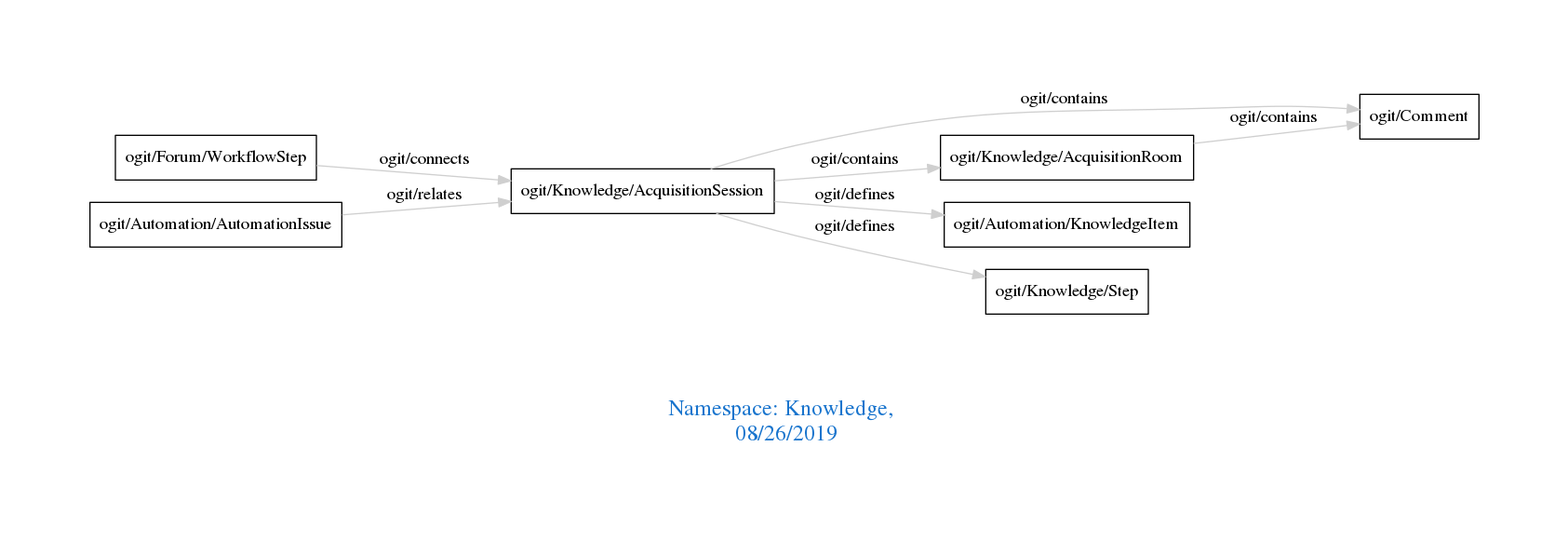
This is downloads/Knowledge.png from arago/OGIT, a Graphviz export, as it was before one commit. Its source is kept beside it as downloads/Knowledge.dot.
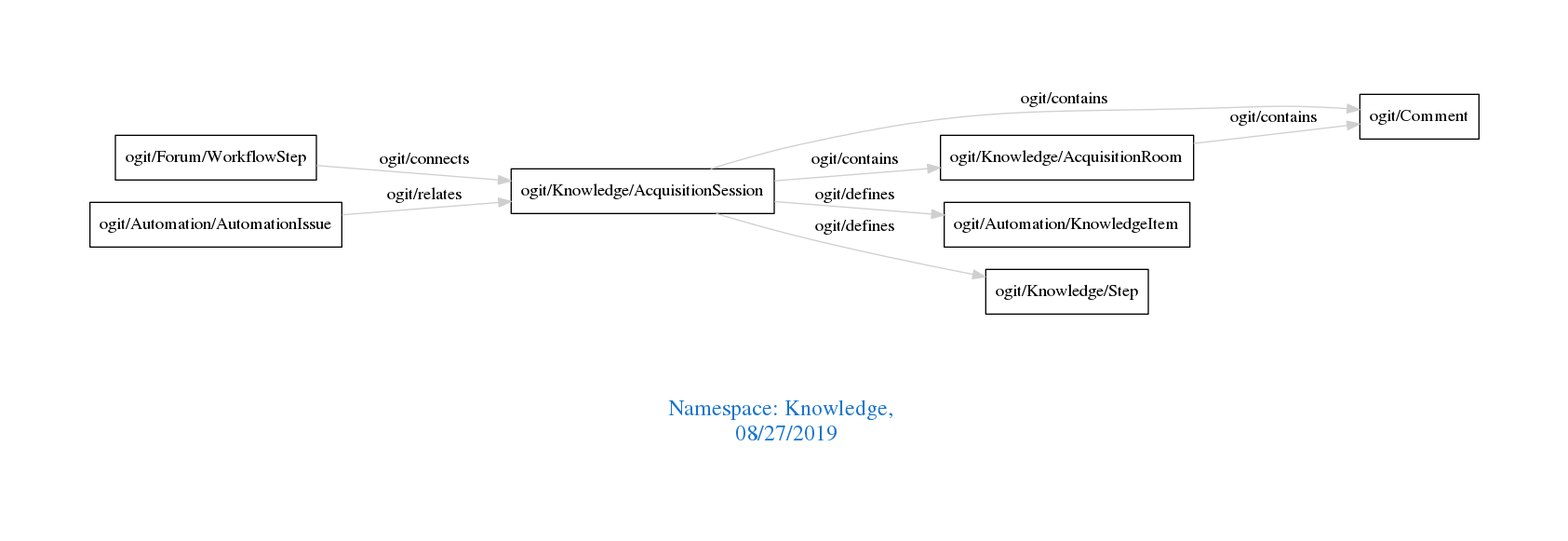
The same diagram one commit later.

Diff of the diagram source:
```diff
@@ -1,7 +1,7 @@
 digraph OGIT_ontology {
  graph [ rankdir= LR,pad=1
 fontsize = 18,
-fontcolor= dodgerblue3,label = "\n\n\nNamespace: Knowledge, \n 08/26/2019"];
+fontcolor= dodgerblue3,label = "\n\n\nNamespace: Knowledge, \n 08/27/2019"];
 node[shape=polygon];
 edge [  color="gray81"];
 
```
